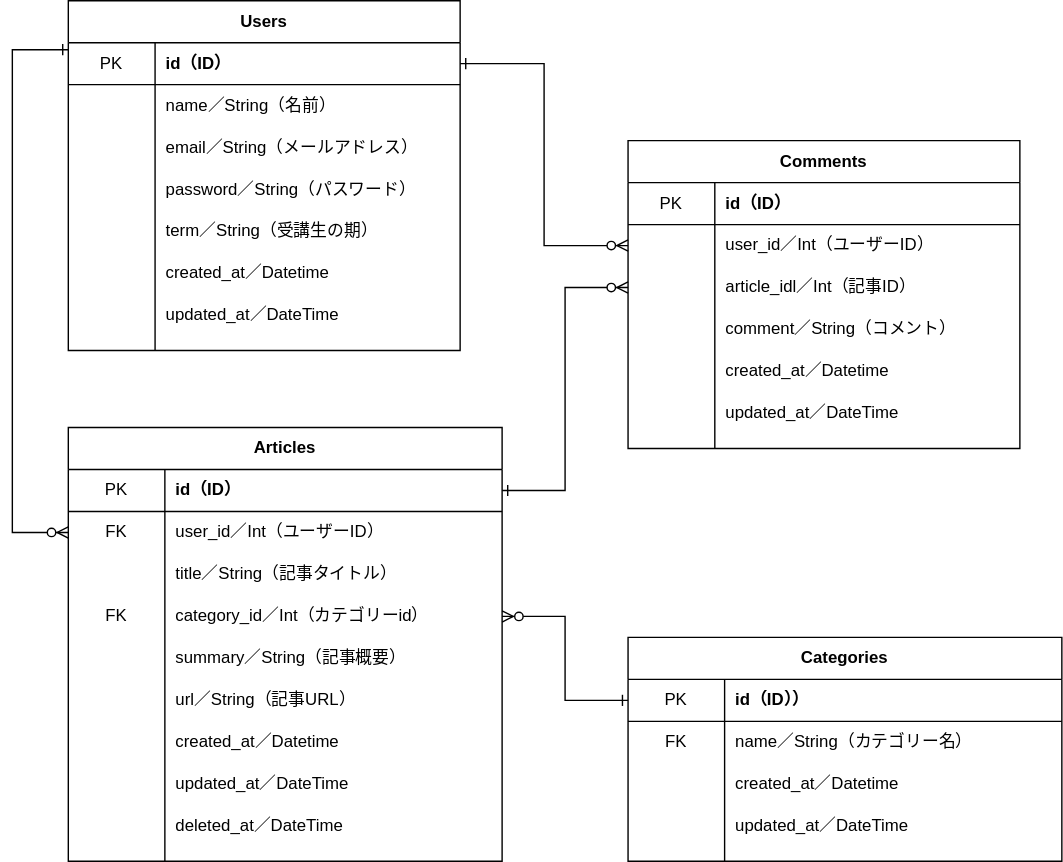
Above: development-document/ER図.svg in nakasan773/docker-test (draw.io), before the change. Source tidied: cells renumbered, new cells last; positions are measured from the earlier drawing's top-left corner, leaving out a move shared by most shapes.
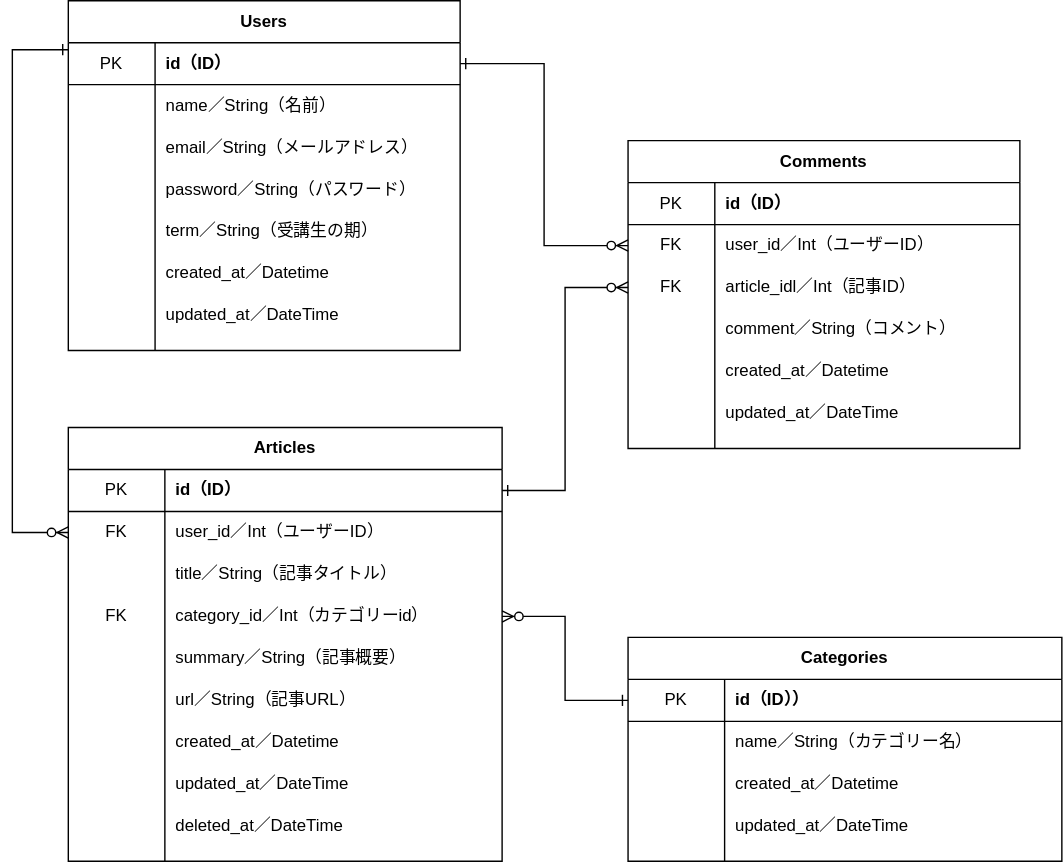
After the change.

Commit message:
ER図の誤記修正

Change to the diagram source:
```diff
@@ -17,7 +17,7 @@
     <mxCell id="6" style="shape=partialRectangle;html=1;whiteSpace=wrap;fillColor=none;top=0;left=0;bottom=0;right=0;points=[[0,0.5],[1,0.5]];portConstraint=eastwest;" parent="2" vertex="1">
       <mxGeometry y="60" width="280" height="30" as="geometry" />
     </mxCell>
-    <mxCell id="7" style="shape=partialRectangle;html=1;whiteSpace=wrap;fillColor=none;top=0;left=0;bottom=0;right=0;overflow=hidden;" parent="6" vertex="1">
+    <mxCell id="7" value="&lt;span&gt;FK&lt;/span&gt;" style="shape=partialRectangle;html=1;whiteSpace=wrap;fillColor=none;top=0;left=0;bottom=0;right=0;overflow=hidden;" parent="6" vertex="1">
       <mxGeometry width="62" height="30" as="geometry" />
     </mxCell>
     <mxCell id="8" value="user_id／Int（ユーザーID）" style="shape=partialRectangle;html=1;whiteSpace=wrap;fillColor=none;top=0;left=0;bottom=0;right=0;align=left;spacingLeft=6;overflow=hidden;" parent="6" vertex="1">
@@ -26,7 +26,7 @@
     <mxCell id="9" style="shape=partialRectangle;html=1;whiteSpace=wrap;fillColor=none;top=0;left=0;bottom=0;right=0;points=[[0,0.5],[1,0.5]];portConstraint=eastwest;" parent="2" vertex="1">
       <mxGeometry y="90" width="280" height="30" as="geometry" />
     </mxCell>
-    <mxCell id="10" style="shape=partialRectangle;html=1;whiteSpace=wrap;fillColor=none;top=0;left=0;bottom=0;right=0;overflow=hidden;" parent="9" vertex="1">
+    <mxCell id="10" value="&lt;span&gt;FK&lt;/span&gt;" style="shape=partialRectangle;html=1;whiteSpace=wrap;fillColor=none;top=0;left=0;bottom=0;right=0;overflow=hidden;" parent="9" vertex="1">
       <mxGeometry width="62" height="30" as="geometry" />
     </mxCell>
     <mxCell id="11" value="article_idl／Int（記事ID）" style="shape=partialRectangle;html=1;whiteSpace=wrap;fillColor=none;top=0;left=0;bottom=0;right=0;align=left;spacingLeft=6;overflow=hidden;" parent="9" vertex="1">
@@ -158,7 +158,7 @@
     <mxCell id="53" style="shape=partialRectangle;html=1;whiteSpace=wrap;fillColor=none;top=0;left=0;bottom=0;right=0;" parent="49" vertex="1">
       <mxGeometry y="60" width="310" height="30" as="geometry" />
     </mxCell>
-    <mxCell id="54" value="FK" style="shape=partialRectangle;html=1;whiteSpace=wrap;fillColor=none;top=0;left=0;bottom=0;right=0;overflow=hidden;" parent="53" vertex="1">
+    <mxCell id="54" style="shape=partialRectangle;html=1;whiteSpace=wrap;fillColor=none;top=0;left=0;bottom=0;right=0;overflow=hidden;" parent="53" vertex="1">
       <mxGeometry width="69" height="30" as="geometry" />
     </mxCell>
     <mxCell id="55" value="name／String（カテゴリー名）" style="shape=partialRectangle;html=1;whiteSpace=wrap;fillColor=none;top=0;left=0;bottom=0;right=0;align=left;spacingLeft=6;overflow=hidden;" parent="53" vertex="1">
```
